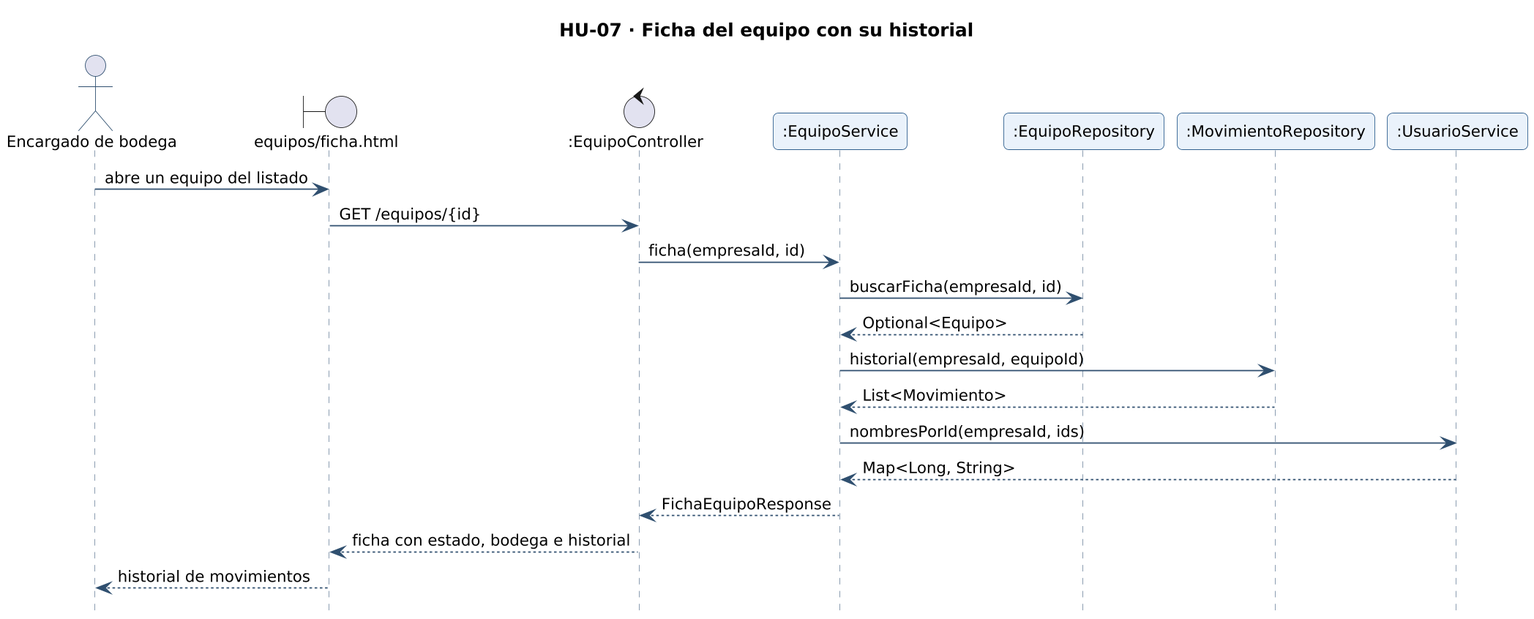
This is docs/diagramas/secuencia-hu-07.png from gonzaloarenasduoc/Mira, a PlantUML export, as it was before one commit. Source of this version:
```plantuml
@startuml secuencia-hu-07
!include _estilo.iuml
hide footbox
skinparam maxMessageSize 260
skinparam sequenceMessageAlign left
title HU-07 · Ficha del equipo con su historial
actor "Encargado de bodega" as A
boundary "equipos/ficha.html" as L_VISTA_equipos_ficha
control ":EquipoController" as L_EquipoController
participant ":EquipoService" as L_EquipoService
participant ":EquipoRepository" as L_EquipoRepository
participant ":MovimientoRepository" as L_MovimientoRepository
participant ":UsuarioService" as L_UsuarioService
A -> L_VISTA_equipos_ficha : abre un equipo del listado
L_VISTA_equipos_ficha -> L_EquipoController : GET /equipos/{id}
L_EquipoController -> L_EquipoService : ficha(empresaId, id)
L_EquipoService -> L_EquipoRepository : buscarFicha(empresaId, id)
L_EquipoRepository --> L_EquipoService : Optional<Equipo>
L_EquipoService -> L_MovimientoRepository : historial(empresaId, equipoId)
L_MovimientoRepository --> L_EquipoService : List<Movimiento>
L_EquipoService -> L_UsuarioService : nombresPorId(empresaId, ids)
L_UsuarioService --> L_EquipoService : Map<Long, String>
L_EquipoService --> L_EquipoController : FichaEquipoResponse
L_EquipoController --> L_VISTA_equipos_ficha : ficha con estado, bodega e historial
L_VISTA_equipos_ficha --> A : historial de movimientos
@enduml
```
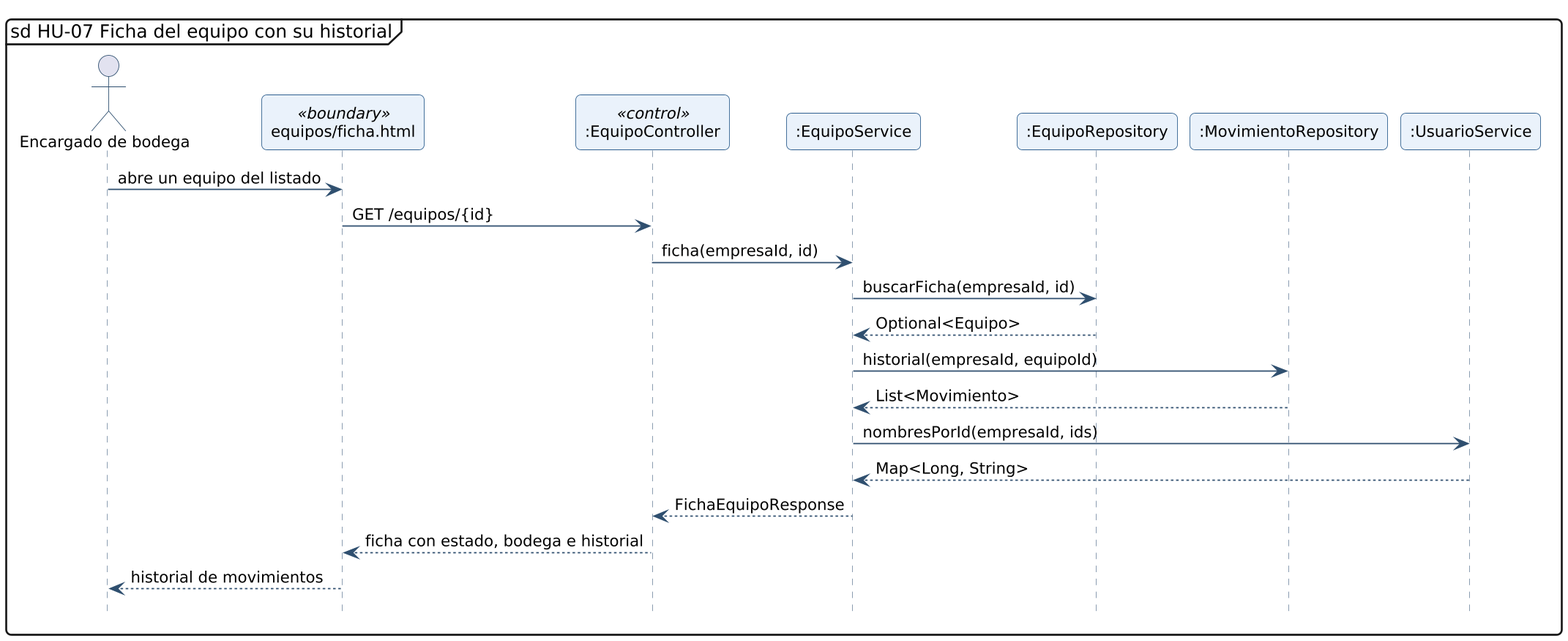
After the commit.

What changed in the source:
```diff
@@ -3,10 +3,10 @@
 hide footbox
 skinparam maxMessageSize 260
 skinparam sequenceMessageAlign left
-title HU-07 · Ficha del equipo con su historial
+mainframe sd HU-07 Ficha del equipo con su historial
 actor "Encargado de bodega" as A
-boundary "equipos/ficha.html" as L_VISTA_equipos_ficha
-control ":EquipoController" as L_EquipoController
+participant "equipos/ficha.html" as L_VISTA_equipos_ficha <<boundary>>
+participant ":EquipoController" as L_EquipoController <<control>>
 participant ":EquipoService" as L_EquipoService
 participant ":EquipoRepository" as L_EquipoRepository
 participant ":MovimientoRepository" as L_MovimientoRepository
```
